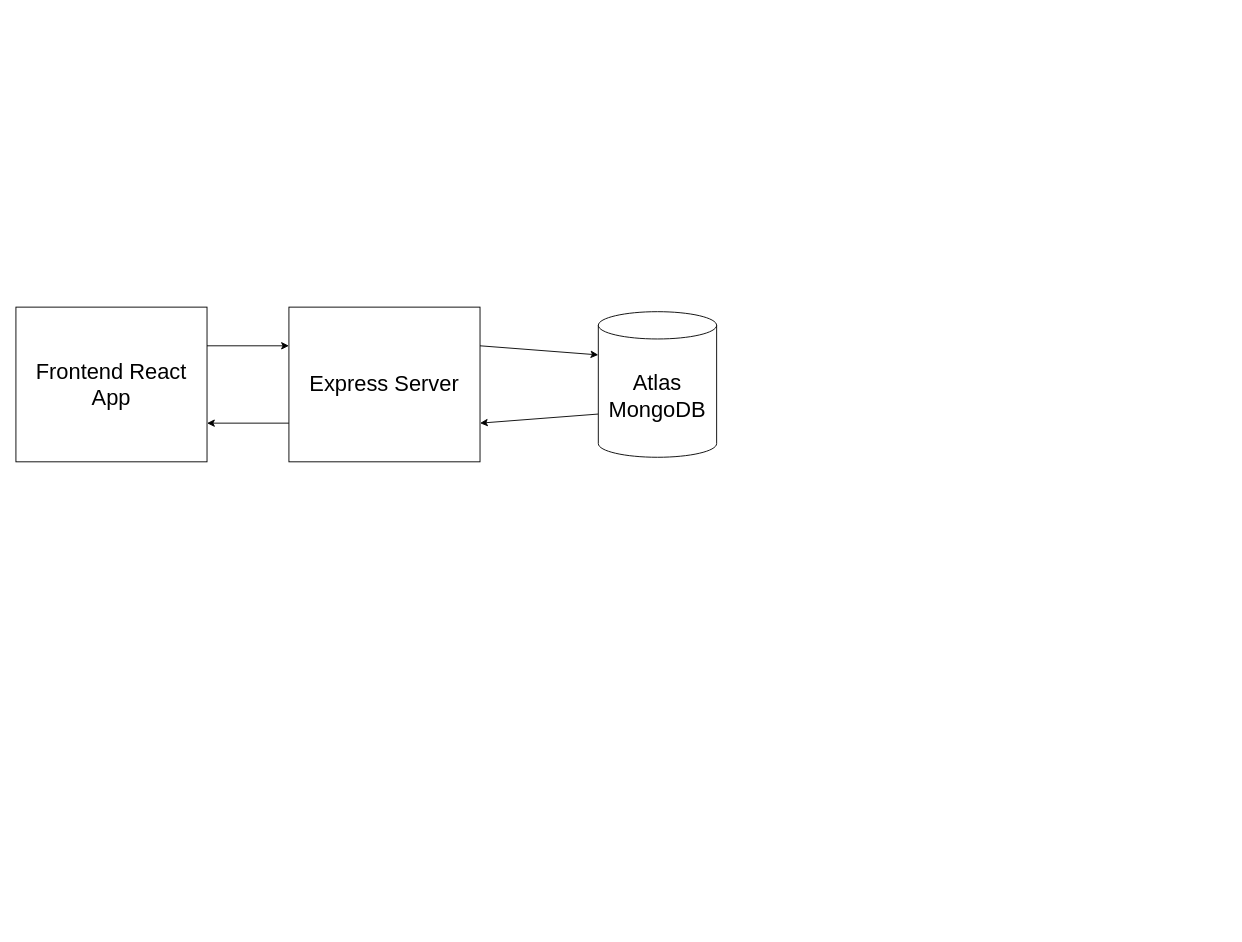
Above: architecture.dio in szabikr/poc-authentication (draw.io), before the change. Source tidied: cells renumbered, new cells numbered last; positions are measured from the earlier drawing's top-left corner, leaving out a move shared by most shapes. Both pictures are drawn from the tidied source at 91%, with x=0, y=0 at pixel (15, 307).
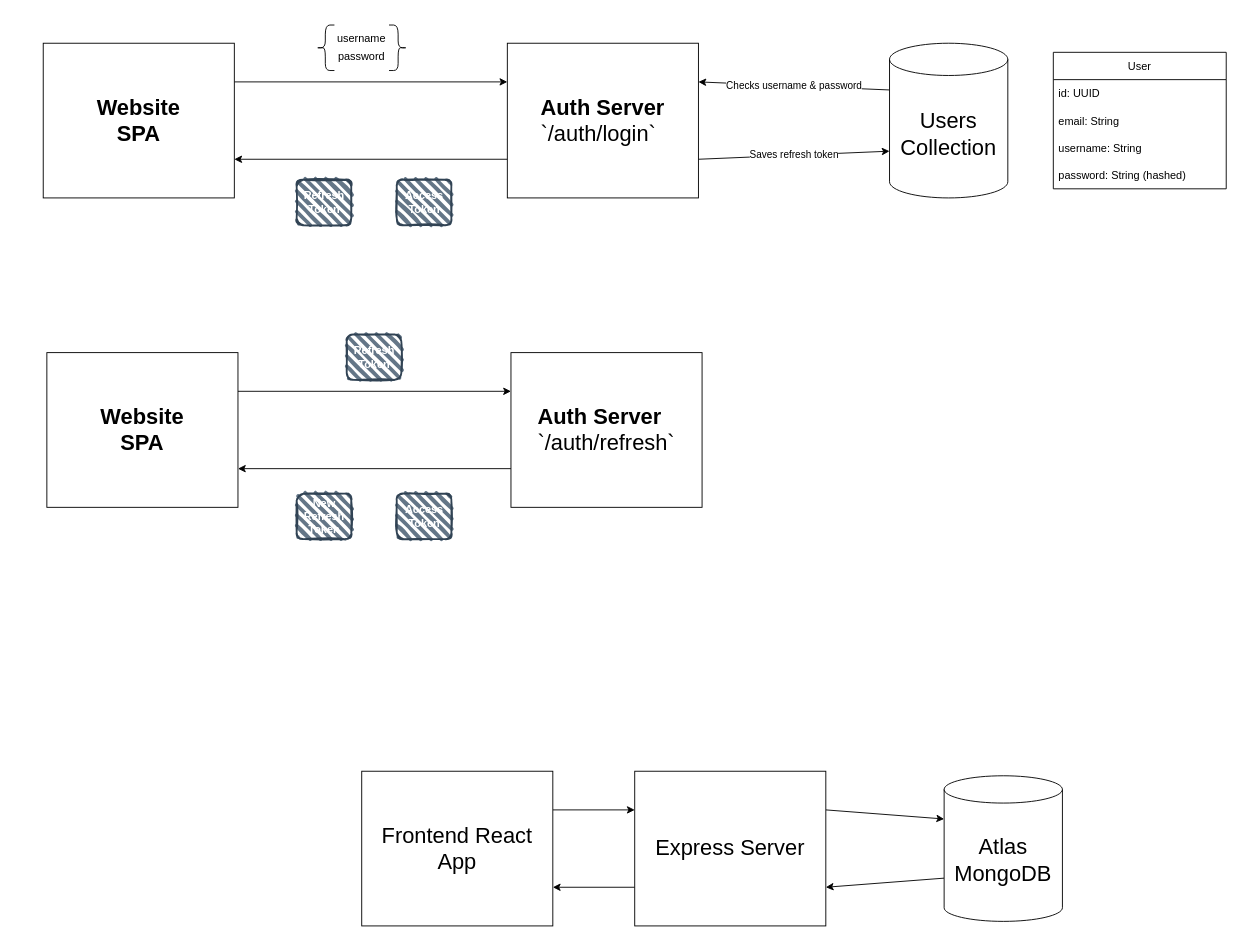
The same diagram, later.

Commit message:
📄 Updates architecture diagram

Diff of the diagram source:
```diff
@@
-    <mxCell id="2" style="edgeStyle=none;html=1;exitX=1;exitY=0.25;exitDx=0;exitDy=0;entryX=0;entryY=0.25;entryDx=0;entryDy=0;fontSize=24;" parent="1" edge="1" source="3" target="6">
+    <mxCell id="2" style="edgeStyle=none;html=1;entryX=0;entryY=0.25;entryDx=0;entryDy=0;exitX=1;exitY=0.25;exitDx=0;exitDy=0;" parent="1" edge="1" source="3" target="6">
       <mxGeometry relative="1" as="geometry" />
     </mxCell>
-    <mxCell id="3" value="&lt;font style=&quot;font-size: 24px&quot;&gt;Frontend React App&lt;/font&gt;" style="rounded=0;whiteSpace=wrap;html=1;" parent="1" vertex="1">
-      <mxGeometry width="210" height="170" as="geometry" />
+    <mxCell id="3" value="&lt;font style=&quot;font-size: 24px&quot;&gt;&lt;b&gt;Website&lt;br&gt;SPA&lt;/b&gt;&lt;/font&gt;" style="rounded=0;whiteSpace=wrap;html=1;" parent="1" vertex="1">
+      <mxGeometry x="30" y="-290" width="210" height="170" as="geometry" />
     </mxCell>
-    <mxCell id="4" style="edgeStyle=none;html=1;exitX=0;exitY=0.75;exitDx=0;exitDy=0;entryX=1;entryY=0.75;entryDx=0;entryDy=0;fontSize=24;" parent="1" edge="1" source="6" target="3">
+    <mxCell id="4" style="edgeStyle=none;html=1;exitX=0;exitY=0.75;exitDx=0;exitDy=0;entryX=1;entryY=0.75;entryDx=0;entryDy=0;" parent="1" edge="1" source="6" target="3">
       <mxGeometry relative="1" as="geometry" />
     </mxCell>
+    <mxCell id="7" value="Checks username &amp;amp; password" style="edgeStyle=none;html=1;exitX=0;exitY=0;exitDx=0;exitDy=51.36425601734836;exitPerimeter=0;entryX=1;entryY=0.25;entryDx=0;entryDy=0;" parent="1" edge="1" source="8" target="6">
+      <mxGeometry relative="1" as="geometry" />
+    </mxCell>
-    <mxCell id="5" style="edgeStyle=none;html=1;exitX=1;exitY=0.25;exitDx=0;exitDy=0;entryX=0;entryY=0;entryDx=0;entryDy=47.5;entryPerimeter=0;fontSize=24;" parent="1" edge="1" source="6" target="8">
+    <mxCell id="5" value="Saves refresh token" style="edgeStyle=none;html=1;exitX=1;exitY=0.75;exitDx=0;exitDy=0;entryX=0;entryY=0;entryDx=0;entryDy=118.63574398265163;entryPerimeter=0;" parent="1" edge="1" source="6" target="8">
       <mxGeometry relative="1" as="geometry" />
     </mxCell>
-    <mxCell id="6" value="&lt;font style=&quot;font-size: 24px&quot;&gt;Express Server&lt;/font&gt;" style="rounded=0;whiteSpace=wrap;html=1;" parent="1" vertex="1">
-      <mxGeometry x="300" width="210" height="170" as="geometry" />
+    <mxCell id="6" value="&lt;p style=&quot;line-height: 1.2&quot;&gt;&lt;/p&gt;&lt;div style=&quot;text-align: left&quot;&gt;&lt;span style=&quot;font-size: 24px&quot;&gt;&lt;b&gt;Auth Server&lt;/b&gt;&lt;/span&gt;&lt;/div&gt;&lt;font style=&quot;font-size: 24px&quot;&gt;&lt;div style=&quot;text-align: left&quot;&gt;&lt;span&gt;`/auth/login`&lt;/span&gt;&lt;/div&gt;&lt;/font&gt;&lt;p&gt;&lt;/p&gt;" style="rounded=0;whiteSpace=wrap;html=1;" parent="1" vertex="1">
+      <mxGeometry x="540" y="-290" width="210" height="170" as="geometry" />
     </mxCell>
-    <mxCell id="7" style="edgeStyle=none;html=1;exitX=0;exitY=0;exitDx=0;exitDy=112.5;exitPerimeter=0;entryX=1;entryY=0.75;entryDx=0;entryDy=0;fontSize=24;" parent="1" edge="1" source="8" target="6">
-      <mxGeometry relative="1" as="geometry" />
-    </mxCell>
-    <mxCell id="8" value="Atlas MongoDB" style="shape=cylinder3;whiteSpace=wrap;html=1;boundedLbl=1;backgroundOutline=1;size=15;fontSize=24;" parent="1" vertex="1">
-      <mxGeometry x="640" y="5" width="130" height="160" as="geometry" />
+    <mxCell id="8" value="Users Collection" style="shape=cylinder3;whiteSpace=wrap;html=1;boundedLbl=1;backgroundOutline=1;size=17.72851203469672;fontSize=24;" parent="1" vertex="1">
+      <mxGeometry x="960" y="-290" width="130" height="170" as="geometry" />
     </mxCell>
+    <mxCell id="9" style="edgeStyle=none;html=1;exitX=1;exitY=0.25;exitDx=0;exitDy=0;entryX=0;entryY=0.25;entryDx=0;entryDy=0;fontSize=24;" parent="1" edge="1" source="10" target="13">
+      <mxGeometry relative="1" as="geometry" />
+    </mxCell>
+    <mxCell id="10" value="&lt;font style=&quot;font-size: 24px&quot;&gt;Frontend React App&lt;/font&gt;" style="rounded=0;whiteSpace=wrap;html=1;" parent="1" vertex="1">
+      <mxGeometry x="380" y="510" width="210" height="170" as="geometry" />
+    </mxCell>
+    <mxCell id="11" style="edgeStyle=none;html=1;exitX=0;exitY=0.75;exitDx=0;exitDy=0;entryX=1;entryY=0.75;entryDx=0;entryDy=0;fontSize=24;" parent="1" edge="1" source="13" target="10">
+      <mxGeometry relative="1" as="geometry" />
+    </mxCell>
+    <mxCell id="12" style="edgeStyle=none;html=1;exitX=1;exitY=0.25;exitDx=0;exitDy=0;entryX=0;entryY=0;entryDx=0;entryDy=47.5;entryPerimeter=0;fontSize=24;" parent="1" edge="1" source="13" target="15">
+      <mxGeometry relative="1" as="geometry" />
+    </mxCell>
+    <mxCell id="13" value="&lt;font style=&quot;font-size: 24px&quot;&gt;Express Server&lt;/font&gt;" style="rounded=0;whiteSpace=wrap;html=1;" parent="1" vertex="1">
+      <mxGeometry x="680" y="510" width="210" height="170" as="geometry" />
+    </mxCell>
+    <mxCell id="14" style="edgeStyle=none;html=1;exitX=0;exitY=0;exitDx=0;exitDy=112.5;exitPerimeter=0;entryX=1;entryY=0.75;entryDx=0;entryDy=0;fontSize=24;" parent="1" edge="1" source="15" target="13">
+      <mxGeometry relative="1" as="geometry" />
+    </mxCell>
+    <mxCell id="15" value="Atlas MongoDB" style="shape=cylinder3;whiteSpace=wrap;html=1;boundedLbl=1;backgroundOutline=1;size=15;fontSize=24;" parent="1" vertex="1">
+      <mxGeometry x="1020" y="515" width="130" height="160" as="geometry" />
+    </mxCell>
+    <mxCell id="16" value="User" style="swimlane;fontStyle=0;horizontal=1;startSize=30;" parent="1" vertex="1">
+      <mxGeometry x="1140" y="-280" width="190" height="150" as="geometry" />
+    </mxCell>
+    <mxCell id="17" value="id: UUID" style="text;strokeColor=none;fillColor=none;align=left;verticalAlign=middle;spacingLeft=4;spacingRight=4;overflow=hidden;" parent="16" vertex="1">
+      <mxGeometry y="30" width="190" height="30" as="geometry" />
+    </mxCell>
+    <mxCell id="18" value="email: String" style="text;strokeColor=none;fillColor=none;align=left;verticalAlign=middle;spacingLeft=4;spacingRight=4;overflow=hidden;" parent="16" vertex="1">
+      <mxGeometry y="60" width="190" height="30" as="geometry" />
+    </mxCell>
+    <mxCell id="19" value="username: String" style="text;strokeColor=none;fillColor=none;align=left;verticalAlign=middle;spacingLeft=4;spacingRight=4;overflow=hidden;" parent="16" vertex="1">
+      <mxGeometry y="90" width="190" height="30" as="geometry" />
+    </mxCell>
+    <mxCell id="20" value="password: String (hashed)" style="text;strokeColor=none;fillColor=none;align=left;verticalAlign=middle;spacingLeft=4;spacingRight=4;overflow=hidden;" parent="16" vertex="1">
+      <mxGeometry y="120" width="190" height="30" as="geometry" />
+    </mxCell>
+    <mxCell id="21" style="group;" parent="1" vertex="1">
+      <mxGeometry x="330" y="-320" width="100" height="60" as="geometry" />
+    </mxCell>
+    <mxCell id="22" style="group;" parent="21" vertex="1">
+      <mxGeometry y="10" width="100" height="50" as="geometry" />
+    </mxCell>
+    <mxCell id="23" style="shape=curlyBracket;whiteSpace=wrap;html=1;rounded=1;" parent="22" vertex="1">
+      <mxGeometry width="20" height="50" as="geometry" />
+    </mxCell>
+    <mxCell id="24" style="shape=curlyBracket;whiteSpace=wrap;html=1;rounded=1;flipH=1;" parent="22" vertex="1">
+      <mxGeometry x="80" width="20" height="50" as="geometry" />
+    </mxCell>
+    <mxCell id="25" value="username" style="text;html=1;strokeColor=none;fillColor=none;align=center;verticalAlign=middle;whiteSpace=wrap;rounded=0;" parent="22" vertex="1">
+      <mxGeometry x="20" width="60" height="30" as="geometry" />
+    </mxCell>
+    <mxCell id="26" value="password" style="text;html=1;strokeColor=none;fillColor=none;align=center;verticalAlign=middle;whiteSpace=wrap;rounded=0;" parent="22" vertex="1">
+      <mxGeometry x="20" y="20" width="60" height="30" as="geometry" />
+    </mxCell>
+    <mxCell id="27" value="New&lt;br&gt;Refresh Token" style="rounded=1;whiteSpace=wrap;html=1;strokeWidth=2;fillWeight=4;hachureGap=8;hachureAngle=45;sketch=1;fillColor=#647687;fontColor=#ffffff;strokeColor=#314354;fontStyle=1;" parent="1" vertex="1">
+      <mxGeometry x="308.5" y="205" width="60" height="50" as="geometry" />
+    </mxCell>
+    <mxCell id="28" value="Access Token" style="rounded=1;whiteSpace=wrap;html=1;strokeWidth=2;fillWeight=4;hachureGap=8;hachureAngle=45;sketch=1;fillColor=#647687;strokeColor=#314354;fontStyle=1;fontColor=#ffffff;" parent="1" vertex="1">
+      <mxGeometry x="418.5" y="205" width="60" height="50" as="geometry" />
+    </mxCell>
+    <mxCell id="29" style="edgeStyle=none;html=1;entryX=0;entryY=0.25;entryDx=0;entryDy=0;exitX=1;exitY=0.25;exitDx=0;exitDy=0;" parent="1" edge="1" source="30" target="32">
+      <mxGeometry relative="1" as="geometry" />
+    </mxCell>
+    <mxCell id="30" value="&lt;font style=&quot;font-size: 24px&quot;&gt;&lt;b&gt;Website&lt;br&gt;SPA&lt;/b&gt;&lt;/font&gt;" style="rounded=0;whiteSpace=wrap;html=1;" parent="1" vertex="1">
+      <mxGeometry x="34" y="50" width="210" height="170" as="geometry" />
+    </mxCell>
+    <mxCell id="31" style="edgeStyle=none;html=1;exitX=0;exitY=0.75;exitDx=0;exitDy=0;entryX=1;entryY=0.75;entryDx=0;entryDy=0;" parent="1" edge="1" source="32" target="30">
+      <mxGeometry relative="1" as="geometry" />
+    </mxCell>
+    <mxCell id="32" value="&lt;p style=&quot;line-height: 1.2&quot;&gt;&lt;/p&gt;&lt;div style=&quot;text-align: left&quot;&gt;&lt;span style=&quot;font-size: 24px&quot;&gt;&lt;b&gt;Auth Server&lt;/b&gt;&lt;/span&gt;&lt;/div&gt;&lt;font style=&quot;font-size: 24px&quot;&gt;&lt;div style=&quot;text-align: left&quot;&gt;&lt;span&gt;`/auth/refresh`&lt;/span&gt;&lt;/div&gt;&lt;/font&gt;&lt;p&gt;&lt;/p&gt;" style="rounded=0;whiteSpace=wrap;html=1;" parent="1" vertex="1">
+      <mxGeometry x="544" y="50" width="210" height="170" as="geometry" />
+    </mxCell>
+    <mxCell id="33" value="Refresh Token" style="rounded=1;whiteSpace=wrap;html=1;strokeWidth=2;fillWeight=4;hachureGap=8;hachureAngle=45;sketch=1;fillColor=#647687;fontColor=#ffffff;strokeColor=#314354;fontStyle=1;" parent="1" vertex="1">
+      <mxGeometry x="363.5" y="30" width="60" height="50" as="geometry" />
+    </mxCell>
+    <mxCell id="34" value="Refresh Token" style="rounded=1;whiteSpace=wrap;html=1;strokeWidth=2;fillWeight=4;hachureGap=8;hachureAngle=45;sketch=1;fillColor=#647687;fontColor=#ffffff;strokeColor=#314354;fontStyle=1;" parent="1" vertex="1">
+      <mxGeometry x="308.5" y="-140" width="60" height="50" as="geometry" />
+    </mxCell>
+    <mxCell id="35" value="Access Token" style="rounded=1;whiteSpace=wrap;html=1;strokeWidth=2;fillWeight=4;hachureGap=8;hachureAngle=45;sketch=1;fillColor=#647687;strokeColor=#314354;fontStyle=1;fontColor=#ffffff;" parent="1" vertex="1">
+      <mxGeometry x="418.5" y="-140" width="60" height="50" as="geometry" />
+    </mxCell>
```
